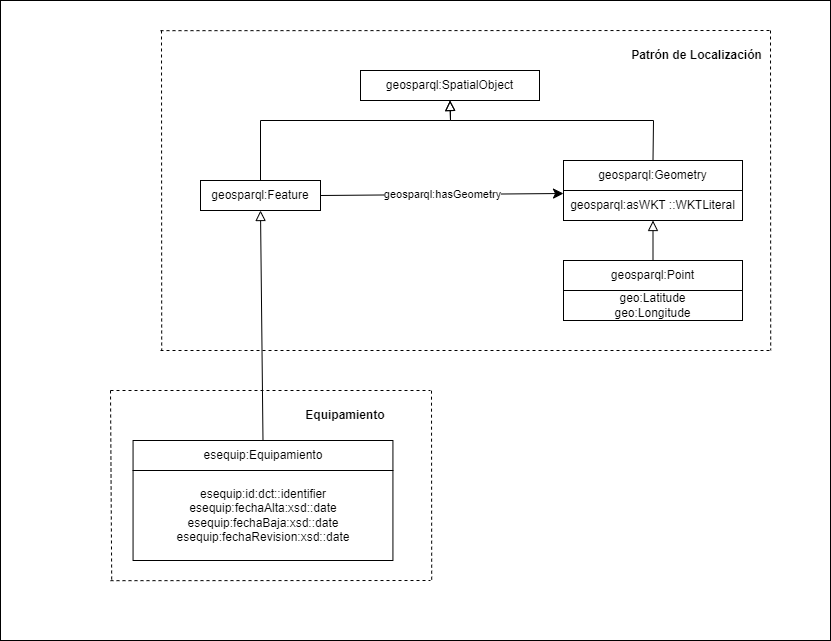
MMB99/Alumbrado keeps this draw.io diagram as resources/images/patron Geo.png. Above is the earlier version. Source tidied: cells renumbered, new cells last; positions are measured from the earlier drawing's top-left corner, leaving out a move shared by most shapes. Source of this version:
```xml
<mxGraphModel>
  <root>
    <mxCell id="0" />
    <mxCell id="1" parent="0" />
    <mxCell id="2" style="rounded=0;whiteSpace=wrap;html=1;" parent="1" vertex="1">
      <mxGeometry width="830" height="640" as="geometry" />
    </mxCell>
    <mxCell id="3" value="geosparql:Feature" style="rounded=0;whiteSpace=wrap;html=1;snapToPoint=1;points=[[0.1,0],[0.2,0],[0.3,0],[0.4,0],[0.5,0],[0.6,0],[0.7,0],[0.8,0],[0.9,0],[0,0.1],[0,0.3],[0,0.5],[0,0.7],[0,0.9],[0.1,1],[0.2,1],[0.3,1],[0.4,1],[0.5,1],[0.6,1],[0.7,1],[0.8,1],[0.9,1],[1,0.1],[1,0.3],[1,0.5],[1,0.7],[1,0.9]];" parent="1" vertex="1">
      <mxGeometry x="200" y="180" width="120" height="30" as="geometry" />
    </mxCell>
    <mxCell id="4" value="geosparql:asWKT ::WKTLiteral" style="rounded=0;whiteSpace=wrap;html=1;snapToPoint=1;points=[[0.1,0],[0.2,0],[0.3,0],[0.4,0],[0.5,0],[0.6,0],[0.7,0],[0.8,0],[0.9,0],[0,0.1],[0,0.3],[0,0.5],[0,0.7],[0,0.9],[0.1,1],[0.2,1],[0.3,1],[0.4,1],[0.5,1],[0.6,1],[0.7,1],[0.8,1],[0.9,1],[1,0.1],[1,0.3],[1,0.5],[1,0.7],[1,0.9]];" parent="1" vertex="1">
      <mxGeometry x="563" y="190" width="179" height="30" as="geometry" />
    </mxCell>
    <mxCell id="5" value="geosparql:Geometry" style="rounded=0;whiteSpace=wrap;html=1;snapToPoint=1;points=[[0.1,0],[0.2,0],[0.3,0],[0.4,0],[0.5,0],[0.6,0],[0.7,0],[0.8,0],[0.9,0],[0,0.1],[0,0.3],[0,0.5],[0,0.7],[0,0.9],[0.1,1],[0.2,1],[0.3,1],[0.4,1],[0.5,1],[0.6,1],[0.7,1],[0.8,1],[0.9,1],[1,0.1],[1,0.3],[1,0.5],[1,0.7],[1,0.9]];" parent="1" vertex="1">
      <mxGeometry x="563" y="160" width="179" height="30" as="geometry" />
    </mxCell>
    <mxCell id="6" style="endArrow=block;html=1;fontColor=#000099;endFill=0;endSize=8;arcSize=0;rounded=0;entryX=0.5;entryY=1;entryDx=0;entryDy=0;exitX=0.5;exitY=0;exitDx=0;exitDy=0;" parent="1" edge="1" source="9" target="4">
      <mxGeometry relative="1" as="geometry" />
    </mxCell>
    <mxCell id="7" value="geosparql:hasGeometry" style="endArrow=classic;html=1;exitX=1;exitY=0.5;exitDx=0;exitDy=0;entryX=0;entryY=0.1;entryDx=0;entryDy=0;endSize=8;arcSize=0;rounded=0;" parent="1" edge="1" source="3" target="4">
      <mxGeometry relative="1" as="geometry" />
    </mxCell>
    <mxCell id="8" value="geo:Latitude&lt;br&gt;geo:Longitude" style="rounded=0;whiteSpace=wrap;html=1;" parent="1" vertex="1">
      <mxGeometry x="563" y="290" width="179" height="30" as="geometry" />
    </mxCell>
    <mxCell id="9" value="geosparql:Point" style="rounded=0;whiteSpace=wrap;html=1;snapToPoint=1;points=[[0.1,0],[0.2,0],[0.3,0],[0.4,0],[0.5,0],[0.6,0],[0.7,0],[0.8,0],[0.9,0],[0,0.1],[0,0.3],[0,0.5],[0,0.7],[0,0.9],[0.1,1],[0.2,1],[0.3,1],[0.4,1],[0.5,1],[0.6,1],[0.7,1],[0.8,1],[0.9,1],[1,0.1],[1,0.3],[1,0.5],[1,0.7],[1,0.9]];" parent="1" vertex="1">
      <mxGeometry x="563" y="260" width="179" height="30" as="geometry" />
    </mxCell>
    <mxCell id="10" value="geosparql:SpatialObject" style="rounded=0;whiteSpace=wrap;html=1;snapToPoint=1;points=[[0.1,0],[0.2,0],[0.3,0],[0.4,0],[0.5,0],[0.6,0],[0.7,0],[0.8,0],[0.9,0],[0,0.1],[0,0.3],[0,0.5],[0,0.7],[0,0.9],[0.1,1],[0.2,1],[0.3,1],[0.4,1],[0.5,1],[0.6,1],[0.7,1],[0.8,1],[0.9,1],[1,0.1],[1,0.3],[1,0.5],[1,0.7],[1,0.9]];" parent="1" vertex="1">
      <mxGeometry x="360" y="70" width="179" height="30" as="geometry" />
    </mxCell>
    <mxCell id="11" style="endArrow=block;html=1;fontColor=#000099;endFill=0;endSize=8;arcSize=0;rounded=0;entryX=0.5;entryY=1;entryDx=0;entryDy=0;exitX=0.5;exitY=0;exitDx=0;exitDy=0;" parent="1" edge="1" source="3" target="10">
      <mxGeometry relative="1" as="geometry">
        <Array as="points">
          <mxPoint x="260" y="120" />
          <mxPoint x="450" y="120" />
        </Array>
      </mxGeometry>
    </mxCell>
    <mxCell id="12" style="endArrow=block;html=1;fontColor=#000099;endFill=0;endSize=8;arcSize=0;rounded=0;entryX=0.5;entryY=1;entryDx=0;entryDy=0;exitX=0.5;exitY=0;exitDx=0;exitDy=0;" parent="1" edge="1" source="5" target="10">
      <mxGeometry relative="1" as="geometry">
        <Array as="points">
          <mxPoint x="653" y="120" />
          <mxPoint x="450" y="120" />
        </Array>
      </mxGeometry>
    </mxCell>
    <mxCell id="13" style="endArrow=none;dashed=1;html=1;rounded=0;" parent="1" edge="1">
      <mxGeometry relative="1" as="geometry">
        <mxPoint x="160" y="350" as="sourcePoint" />
        <mxPoint x="770" y="350" as="targetPoint" />
        <Array as="points">
          <mxPoint x="240" y="350" />
        </Array>
      </mxGeometry>
    </mxCell>
    <mxCell id="14" style="endArrow=none;dashed=1;html=1;rounded=0;exitX=0.348;exitY=0.107;exitDx=0;exitDy=0;exitPerimeter=0;" parent="1" edge="1">
      <mxGeometry relative="1" as="geometry">
        <mxPoint x="160" y="30.2" as="sourcePoint" />
        <mxPoint x="770" y="30" as="targetPoint" />
      </mxGeometry>
    </mxCell>
    <mxCell id="15" style="endArrow=none;dashed=1;html=1;rounded=0;" parent="1" edge="1">
      <mxGeometry relative="1" as="geometry">
        <mxPoint x="161" y="30" as="sourcePoint" />
        <mxPoint x="161.2" y="350" as="targetPoint" />
      </mxGeometry>
    </mxCell>
    <mxCell id="16" style="endArrow=none;dashed=1;html=1;rounded=0;" parent="1" edge="1">
      <mxGeometry relative="1" as="geometry">
        <mxPoint x="770" y="30" as="sourcePoint" />
        <mxPoint x="770.2" y="349.8" as="targetPoint" />
      </mxGeometry>
    </mxCell>
    <mxCell id="17" style="endArrow=block;html=1;fontColor=#000099;endFill=0;endSize=8;arcSize=0;rounded=0;entryX=0.5;entryY=1;entryDx=0;entryDy=0;exitX=0.5;exitY=0;exitDx=0;exitDy=0;" parent="1" edge="1">
      <mxGeometry relative="1" as="geometry">
        <mxPoint x="262.5" y="440" as="sourcePoint" />
        <mxPoint x="260" y="210" as="targetPoint" />
      </mxGeometry>
    </mxCell>
    <mxCell id="18" value="esequip:Equipamiento" style="rounded=0;whiteSpace=wrap;html=1;snapToPoint=1;points=[[0.1,0],[0.2,0],[0.3,0],[0.4,0],[0.5,0],[0.6,0],[0.7,0],[0.8,0],[0.9,0],[0,0.1],[0,0.3],[0,0.5],[0,0.7],[0,0.9],[0.1,1],[0.2,1],[0.3,1],[0.4,1],[0.5,1],[0.6,1],[0.7,1],[0.8,1],[0.9,1],[1,0.1],[1,0.3],[1,0.5],[1,0.7],[1,0.9]];" parent="1" vertex="1">
      <mxGeometry x="132.6" y="440" width="259.9" height="30" as="geometry" />
    </mxCell>
    <mxCell id="19" value="&lt;b&gt;Equipamiento&lt;/b&gt;" style="text;html=1;strokeColor=none;fillColor=none;align=center;verticalAlign=middle;whiteSpace=wrap;rounded=0;" parent="1" vertex="1">
      <mxGeometry x="290" y="400" width="110" height="30" as="geometry" />
    </mxCell>
    <mxCell id="20" value="esequip:id:dct::identifier&lt;br&gt;esequip:fechaAlta:xsd::date&lt;br&gt;esequip:fechaBaja:xsd::date&lt;br&gt;esequip:fechaRevision:xsd::date" style="rounded=0;whiteSpace=wrap;html=1;" parent="1" vertex="1">
      <mxGeometry x="132.6" y="470" width="259.9" height="90" as="geometry" />
    </mxCell>
    <mxCell id="21" style="endArrow=none;dashed=1;html=1;rounded=0;" parent="1" edge="1">
      <mxGeometry relative="1" as="geometry">
        <mxPoint x="110" y="390" as="sourcePoint" />
        <mxPoint x="430" y="390" as="targetPoint" />
        <Array as="points">
          <mxPoint x="190" y="390" />
        </Array>
      </mxGeometry>
    </mxCell>
    <mxCell id="22" style="endArrow=none;dashed=1;html=1;rounded=0;exitX=0.348;exitY=0.107;exitDx=0;exitDy=0;exitPerimeter=0;" parent="1" edge="1">
      <mxGeometry relative="1" as="geometry">
        <mxPoint x="110" y="580.2" as="sourcePoint" />
        <mxPoint x="430" y="580" as="targetPoint" />
      </mxGeometry>
    </mxCell>
    <mxCell id="23" style="endArrow=none;dashed=1;html=1;rounded=0;" parent="1" edge="1">
      <mxGeometry relative="1" as="geometry">
        <mxPoint x="110" y="390" as="sourcePoint" />
        <mxPoint x="111.2" y="580" as="targetPoint" />
      </mxGeometry>
    </mxCell>
    <mxCell id="24" style="endArrow=none;dashed=1;html=1;rounded=0;" parent="1" edge="1">
      <mxGeometry relative="1" as="geometry">
        <mxPoint x="431" y="390.2" as="sourcePoint" />
        <mxPoint x="431.2" y="580" as="targetPoint" />
      </mxGeometry>
    </mxCell>
    <mxCell id="25" value="&lt;b&gt;Patrón de Localización&lt;/b&gt;" style="text;html=1;strokeColor=none;fillColor=none;align=center;verticalAlign=middle;whiteSpace=wrap;rounded=0;" parent="1" vertex="1">
      <mxGeometry x="626" y="40" width="140.5" height="30" as="geometry" />
    </mxCell>
  </root>
</mxGraphModel>
```
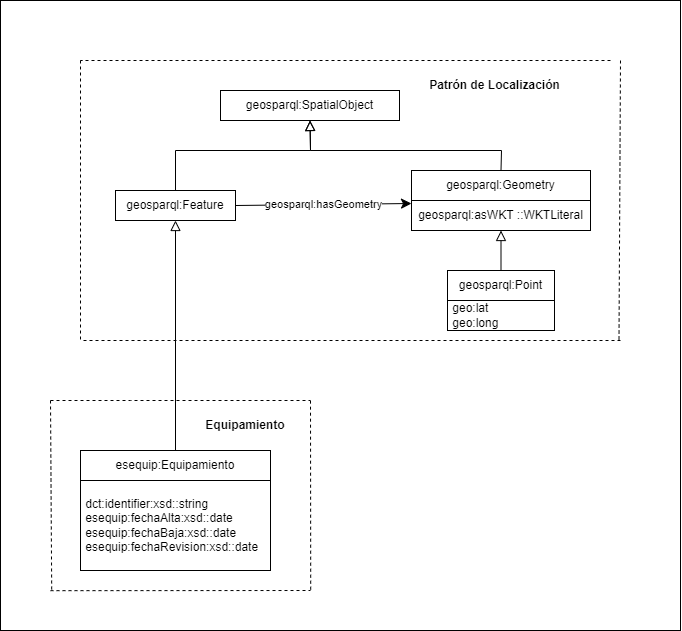
The same diagram one commit later.

The edit, as a diff of the source:
```diff
@@ -2,17 +2,17 @@
   <root>
     <mxCell id="0" />
     <mxCell id="1" parent="0" />
-    <mxCell id="2" style="rounded=0;whiteSpace=wrap;html=1;" parent="1" vertex="1">
-      <mxGeometry width="830" height="640" as="geometry" />
-    </mxCell>
+    <mxCell id="26" style="rounded=0;whiteSpace=wrap;html=1;" parent="1" vertex="1">
+      <mxGeometry x="60" y="-10" width="680" height="630" as="geometry" />
+    </mxCell>
     <mxCell id="3" value="geosparql:Feature" style="rounded=0;whiteSpace=wrap;html=1;snapToPoint=1;points=[[0.1,0],[0.2,0],[0.3,0],[0.4,0],[0.5,0],[0.6,0],[0.7,0],[0.8,0],[0.9,0],[0,0.1],[0,0.3],[0,0.5],[0,0.7],[0,0.9],[0.1,1],[0.2,1],[0.3,1],[0.4,1],[0.5,1],[0.6,1],[0.7,1],[0.8,1],[0.9,1],[1,0.1],[1,0.3],[1,0.5],[1,0.7],[1,0.9]];" parent="1" vertex="1">
-      <mxGeometry x="200" y="180" width="120" height="30" as="geometry" />
+      <mxGeometry x="175" y="180" width="120" height="30" as="geometry" />
     </mxCell>
     <mxCell id="4" value="geosparql:asWKT ::WKTLiteral" style="rounded=0;whiteSpace=wrap;html=1;snapToPoint=1;points=[[0.1,0],[0.2,0],[0.3,0],[0.4,0],[0.5,0],[0.6,0],[0.7,0],[0.8,0],[0.9,0],[0,0.1],[0,0.3],[0,0.5],[0,0.7],[0,0.9],[0.1,1],[0.2,1],[0.3,1],[0.4,1],[0.5,1],[0.6,1],[0.7,1],[0.8,1],[0.9,1],[1,0.1],[1,0.3],[1,0.5],[1,0.7],[1,0.9]];" parent="1" vertex="1">
-      <mxGeometry x="563" y="190" width="179" height="30" as="geometry" />
+      <mxGeometry x="471" y="190" width="179" height="30" as="geometry" />
     </mxCell>
     <mxCell id="5" value="geosparql:Geometry" style="rounded=0;whiteSpace=wrap;html=1;snapToPoint=1;points=[[0.1,0],[0.2,0],[0.3,0],[0.4,0],[0.5,0],[0.6,0],[0.7,0],[0.8,0],[0.9,0],[0,0.1],[0,0.3],[0,0.5],[0,0.7],[0,0.9],[0.1,1],[0.2,1],[0.3,1],[0.4,1],[0.5,1],[0.6,1],[0.7,1],[0.8,1],[0.9,1],[1,0.1],[1,0.3],[1,0.5],[1,0.7],[1,0.9]];" parent="1" vertex="1">
-      <mxGeometry x="563" y="160" width="179" height="30" as="geometry" />
+      <mxGeometry x="471" y="160" width="179" height="30" as="geometry" />
     </mxCell>
     <mxCell id="6" style="endArrow=block;html=1;fontColor=#000099;endFill=0;endSize=8;arcSize=0;rounded=0;entryX=0.5;entryY=1;entryDx=0;entryDy=0;exitX=0.5;exitY=0;exitDx=0;exitDy=0;" parent="1" edge="1" source="9" target="4">
       <mxGeometry relative="1" as="geometry" />
@@ -20,102 +20,96 @@
     <mxCell id="7" value="geosparql:hasGeometry" style="endArrow=classic;html=1;exitX=1;exitY=0.5;exitDx=0;exitDy=0;entryX=0;entryY=0.1;entryDx=0;entryDy=0;endSize=8;arcSize=0;rounded=0;" parent="1" edge="1" source="3" target="4">
       <mxGeometry relative="1" as="geometry" />
     </mxCell>
-    <mxCell id="8" value="geo:Latitude&lt;br&gt;geo:Longitude" style="rounded=0;whiteSpace=wrap;html=1;" parent="1" vertex="1">
-      <mxGeometry x="563" y="290" width="179" height="30" as="geometry" />
-    </mxCell>
+    <mxCell id="27" value="&amp;nbsp;geo:lat&lt;br&gt;&amp;nbsp;geo:long" style="rounded=0;whiteSpace=wrap;html=1;align=left;" parent="1" vertex="1">
+      <mxGeometry x="507" y="290" width="107" height="30" as="geometry" />
+    </mxCell>
     <mxCell id="9" value="geosparql:Point" style="rounded=0;whiteSpace=wrap;html=1;snapToPoint=1;points=[[0.1,0],[0.2,0],[0.3,0],[0.4,0],[0.5,0],[0.6,0],[0.7,0],[0.8,0],[0.9,0],[0,0.1],[0,0.3],[0,0.5],[0,0.7],[0,0.9],[0.1,1],[0.2,1],[0.3,1],[0.4,1],[0.5,1],[0.6,1],[0.7,1],[0.8,1],[0.9,1],[1,0.1],[1,0.3],[1,0.5],[1,0.7],[1,0.9]];" parent="1" vertex="1">
-      <mxGeometry x="563" y="260" width="179" height="30" as="geometry" />
+      <mxGeometry x="507" y="260" width="107" height="30" as="geometry" />
     </mxCell>
     <mxCell id="10" value="geosparql:SpatialObject" style="rounded=0;whiteSpace=wrap;html=1;snapToPoint=1;points=[[0.1,0],[0.2,0],[0.3,0],[0.4,0],[0.5,0],[0.6,0],[0.7,0],[0.8,0],[0.9,0],[0,0.1],[0,0.3],[0,0.5],[0,0.7],[0,0.9],[0.1,1],[0.2,1],[0.3,1],[0.4,1],[0.5,1],[0.6,1],[0.7,1],[0.8,1],[0.9,1],[1,0.1],[1,0.3],[1,0.5],[1,0.7],[1,0.9]];" parent="1" vertex="1">
-      <mxGeometry x="360" y="70" width="179" height="30" as="geometry" />
+      <mxGeometry x="280" y="80" width="179" height="30" as="geometry" />
     </mxCell>
+    <mxCell id="18" value="esequip:Equipamiento" style="rounded=0;whiteSpace=wrap;html=1;snapToPoint=1;points=[[0.1,0],[0.2,0],[0.3,0],[0.4,0],[0.5,0],[0.6,0],[0.7,0],[0.8,0],[0.9,0],[0,0.1],[0,0.3],[0,0.5],[0,0.7],[0,0.9],[0.1,1],[0.2,1],[0.3,1],[0.4,1],[0.5,1],[0.6,1],[0.7,1],[0.8,1],[0.9,1],[1,0.1],[1,0.3],[1,0.5],[1,0.7],[1,0.9]];" parent="1" vertex="1">
+      <mxGeometry x="140" y="440" width="190" height="30" as="geometry" />
+    </mxCell>
+    <mxCell id="25" value="&lt;b&gt;Patrón de Localización&lt;/b&gt;" style="text;html=1;strokeColor=none;fillColor=none;align=center;verticalAlign=middle;whiteSpace=wrap;rounded=0;" parent="1" vertex="1">
+      <mxGeometry x="483.5" y="60" width="140.5" height="30" as="geometry" />
+    </mxCell>
+    <mxCell id="19" value="&lt;b&gt;Equipamiento&lt;/b&gt;" style="text;html=1;strokeColor=none;fillColor=none;align=center;verticalAlign=middle;whiteSpace=wrap;rounded=0;" parent="1" vertex="1">
+      <mxGeometry x="250" y="400" width="110" height="30" as="geometry" />
+    </mxCell>
+    <mxCell id="28" value="&amp;nbsp;dct:identifier:xsd::string&lt;br&gt;&amp;nbsp;esequip:fechaAlta:xsd::date&lt;br&gt;&amp;nbsp;esequip:fechaBaja:xsd::date&lt;br&gt;&amp;nbsp;esequip:fechaRevision:xsd::date" style="rounded=0;whiteSpace=wrap;html=1;align=left;" parent="1" vertex="1">
+      <mxGeometry x="140" y="470" width="190" height="90" as="geometry" />
+    </mxCell>
+    <mxCell id="29" style="endArrow=none;dashed=1;html=1;rounded=0;" parent="1" edge="1">
+      <mxGeometry relative="1" as="geometry">
+        <mxPoint x="110" y="390" as="sourcePoint" />
+        <mxPoint x="370" y="390" as="targetPoint" />
+        <Array as="points">
+          <mxPoint x="190" y="390" />
+        </Array>
+      </mxGeometry>
+    </mxCell>
+    <mxCell id="30" style="endArrow=none;dashed=1;html=1;rounded=0;exitX=0.348;exitY=0.107;exitDx=0;exitDy=0;exitPerimeter=0;" parent="1" edge="1">
+      <mxGeometry relative="1" as="geometry">
+        <mxPoint x="110" y="580.2" as="sourcePoint" />
+        <mxPoint x="370" y="580" as="targetPoint" />
+      </mxGeometry>
+    </mxCell>
+    <mxCell id="31" style="endArrow=none;dashed=1;html=1;rounded=0;" parent="1" edge="1">
+      <mxGeometry relative="1" as="geometry">
+        <mxPoint x="110" y="390" as="sourcePoint" />
+        <mxPoint x="111.2" y="580" as="targetPoint" />
+      </mxGeometry>
+    </mxCell>
+    <mxCell id="32" style="endArrow=none;dashed=1;html=1;rounded=0;" parent="1" edge="1">
+      <mxGeometry relative="1" as="geometry">
+        <mxPoint x="370" y="390.2" as="sourcePoint" />
+        <mxPoint x="370.2" y="580" as="targetPoint" />
+      </mxGeometry>
+    </mxCell>
+    <mxCell id="33" style="endArrow=none;dashed=1;html=1;rounded=0;" parent="1" edge="1">
+      <mxGeometry relative="1" as="geometry">
+        <mxPoint x="140" y="50" as="sourcePoint" />
+        <mxPoint x="140" y="330" as="targetPoint" />
+      </mxGeometry>
+    </mxCell>
+    <mxCell id="34" style="endArrow=none;dashed=1;html=1;rounded=0;" parent="1" edge="1">
+      <mxGeometry relative="1" as="geometry">
+        <mxPoint x="680" y="50" as="sourcePoint" />
+        <mxPoint x="678.5" y="330" as="targetPoint" />
+      </mxGeometry>
+    </mxCell>
+    <mxCell id="35" style="endArrow=none;dashed=1;html=1;rounded=0;" parent="1" edge="1">
+      <mxGeometry relative="1" as="geometry">
+        <mxPoint x="680" y="330" as="sourcePoint" />
+        <mxPoint x="140" y="330" as="targetPoint" />
+      </mxGeometry>
+    </mxCell>
+    <mxCell id="36" style="endArrow=none;dashed=1;html=1;rounded=0;" parent="1" edge="1">
+      <mxGeometry relative="1" as="geometry">
+        <mxPoint x="670" y="50" as="sourcePoint" />
+        <mxPoint x="140" y="50" as="targetPoint" />
+      </mxGeometry>
+    </mxCell>
+    <mxCell id="37" style="endArrow=block;html=1;fontColor=#000099;endFill=0;endSize=8;arcSize=0;rounded=0;entryX=0.5;entryY=1;entryDx=0;entryDy=0;exitX=0.5;exitY=0;exitDx=0;exitDy=0;" parent="1" edge="1" source="18" target="3">
+      <mxGeometry relative="1" as="geometry" />
+    </mxCell>
     <mxCell id="11" style="endArrow=block;html=1;fontColor=#000099;endFill=0;endSize=8;arcSize=0;rounded=0;entryX=0.5;entryY=1;entryDx=0;entryDy=0;exitX=0.5;exitY=0;exitDx=0;exitDy=0;" parent="1" edge="1" source="3" target="10">
       <mxGeometry relative="1" as="geometry">
         <Array as="points">
-          <mxPoint x="260" y="120" />
-          <mxPoint x="450" y="120" />
+          <mxPoint x="235" y="140" />
+          <mxPoint x="370" y="140" />
         </Array>
       </mxGeometry>
     </mxCell>
     <mxCell id="12" style="endArrow=block;html=1;fontColor=#000099;endFill=0;endSize=8;arcSize=0;rounded=0;entryX=0.5;entryY=1;entryDx=0;entryDy=0;exitX=0.5;exitY=0;exitDx=0;exitDy=0;" parent="1" edge="1" source="5" target="10">
       <mxGeometry relative="1" as="geometry">
         <Array as="points">
-          <mxPoint x="653" y="120" />
-          <mxPoint x="450" y="120" />
+          <mxPoint x="561" y="140" />
+          <mxPoint x="370" y="140" />
         </Array>
       </mxGeometry>
     </mxCell>
-    <mxCell id="13" style="endArrow=none;dashed=1;html=1;rounded=0;" parent="1" edge="1">
-      <mxGeometry relative="1" as="geometry">
-        <mxPoint x="160" y="350" as="sourcePoint" />
-        <mxPoint x="770" y="350" as="targetPoint" />
-        <Array as="points">
-          <mxPoint x="240" y="350" />
-        </Array>
-      </mxGeometry>
-    </mxCell>
-    <mxCell id="14" style="endArrow=none;dashed=1;html=1;rounded=0;exitX=0.348;exitY=0.107;exitDx=0;exitDy=0;exitPerimeter=0;" parent="1" edge="1">
-      <mxGeometry relative="1" as="geometry">
-        <mxPoint x="160" y="30.2" as="sourcePoint" />
-        <mxPoint x="770" y="30" as="targetPoint" />
-      </mxGeometry>
-    </mxCell>
-    <mxCell id="15" style="endArrow=none;dashed=1;html=1;rounded=0;" parent="1" edge="1">
-      <mxGeometry relative="1" as="geometry">
-        <mxPoint x="161" y="30" as="sourcePoint" />
-        <mxPoint x="161.2" y="350" as="targetPoint" />
-      </mxGeometry>
-    </mxCell>
-    <mxCell id="16" style="endArrow=none;dashed=1;html=1;rounded=0;" parent="1" edge="1">
-      <mxGeometry relative="1" as="geometry">
-        <mxPoint x="770" y="30" as="sourcePoint" />
-        <mxPoint x="770.2" y="349.8" as="targetPoint" />
-      </mxGeometry>
-    </mxCell>
-    <mxCell id="17" style="endArrow=block;html=1;fontColor=#000099;endFill=0;endSize=8;arcSize=0;rounded=0;entryX=0.5;entryY=1;entryDx=0;entryDy=0;exitX=0.5;exitY=0;exitDx=0;exitDy=0;" parent="1" edge="1">
-      <mxGeometry relative="1" as="geometry">
-        <mxPoint x="262.5" y="440" as="sourcePoint" />
-        <mxPoint x="260" y="210" as="targetPoint" />
-      </mxGeometry>
-    </mxCell>
-    <mxCell id="18" value="esequip:Equipamiento" style="rounded=0;whiteSpace=wrap;html=1;snapToPoint=1;points=[[0.1,0],[0.2,0],[0.3,0],[0.4,0],[0.5,0],[0.6,0],[0.7,0],[0.8,0],[0.9,0],[0,0.1],[0,0.3],[0,0.5],[0,0.7],[0,0.9],[0.1,1],[0.2,1],[0.3,1],[0.4,1],[0.5,1],[0.6,1],[0.7,1],[0.8,1],[0.9,1],[1,0.1],[1,0.3],[1,0.5],[1,0.7],[1,0.9]];" parent="1" vertex="1">
-      <mxGeometry x="132.6" y="440" width="259.9" height="30" as="geometry" />
-    </mxCell>
-    <mxCell id="19" value="&lt;b&gt;Equipamiento&lt;/b&gt;" style="text;html=1;strokeColor=none;fillColor=none;align=center;verticalAlign=middle;whiteSpace=wrap;rounded=0;" parent="1" vertex="1">
-      <mxGeometry x="290" y="400" width="110" height="30" as="geometry" />
-    </mxCell>
-    <mxCell id="20" value="esequip:id:dct::identifier&lt;br&gt;esequip:fechaAlta:xsd::date&lt;br&gt;esequip:fechaBaja:xsd::date&lt;br&gt;esequip:fechaRevision:xsd::date" style="rounded=0;whiteSpace=wrap;html=1;" parent="1" vertex="1">
-      <mxGeometry x="132.6" y="470" width="259.9" height="90" as="geometry" />
-    </mxCell>
-    <mxCell id="21" style="endArrow=none;dashed=1;html=1;rounded=0;" parent="1" edge="1">
-      <mxGeometry relative="1" as="geometry">
-        <mxPoint x="110" y="390" as="sourcePoint" />
-        <mxPoint x="430" y="390" as="targetPoint" />
-        <Array as="points">
-          <mxPoint x="190" y="390" />
-        </Array>
-      </mxGeometry>
-    </mxCell>
-    <mxCell id="22" style="endArrow=none;dashed=1;html=1;rounded=0;exitX=0.348;exitY=0.107;exitDx=0;exitDy=0;exitPerimeter=0;" parent="1" edge="1">
-      <mxGeometry relative="1" as="geometry">
-        <mxPoint x="110" y="580.2" as="sourcePoint" />
-        <mxPoint x="430" y="580" as="targetPoint" />
-      </mxGeometry>
-    </mxCell>
-    <mxCell id="23" style="endArrow=none;dashed=1;html=1;rounded=0;" parent="1" edge="1">
-      <mxGeometry relative="1" as="geometry">
-        <mxPoint x="110" y="390" as="sourcePoint" />
-        <mxPoint x="111.2" y="580" as="targetPoint" />
-      </mxGeometry>
-    </mxCell>
-    <mxCell id="24" style="endArrow=none;dashed=1;html=1;rounded=0;" parent="1" edge="1">
-      <mxGeometry relative="1" as="geometry">
-        <mxPoint x="431" y="390.2" as="sourcePoint" />
-        <mxPoint x="431.2" y="580" as="targetPoint" />
-      </mxGeometry>
-    </mxCell>
-    <mxCell id="25" value="&lt;b&gt;Patrón de Localización&lt;/b&gt;" style="text;html=1;strokeColor=none;fillColor=none;align=center;verticalAlign=middle;whiteSpace=wrap;rounded=0;" parent="1" vertex="1">
-      <mxGeometry x="626" y="40" width="140.5" height="30" as="geometry" />
-    </mxCell>
   </root>
 </mxGraphModel>
```
